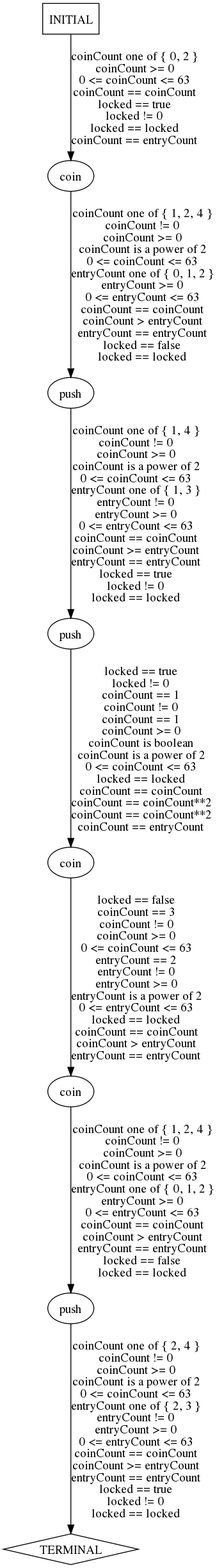
Before: traces/abstract/turnstile-example/predicted-paths/turnstile-example-test3.dot.png, a diagram exported from Graphviz (ModelInference/synoptic). Its source is kept beside it as traces/abstract/turnstile-example/predicted-paths/turnstile-example-test3.dot.
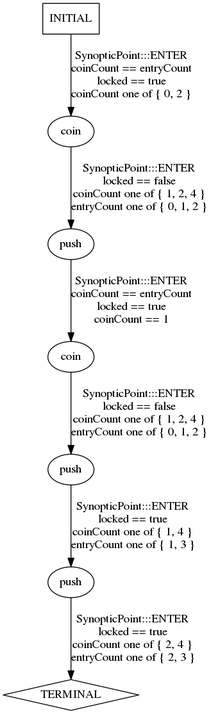
Above is the later version.

What changed in the source:
```diff
@@ -1,17 +1,15 @@
 digraph {
   0 [label="coin"];
   1 [label="coin"];
-  2 [label="coin"];
+  2 [label="push"];
   3 [label="push"];
   4 [label="push"];
-  5 [label="push"];
-  6 [label="TERMINAL",shape=diamond];
-  7 [label="INITIAL",shape=box];
-0->3 [label="coinCount one of { 1, 2, 4 }\ncoinCount != 0\ncoinCount >= 0\ncoinCount is a power of 2\n0 <= coinCount <= 63\nentryCount one of { 0, 1, 2 }\nentryCount >= 0\n0 <= entryCount <= 63\ncoinCount == coinCount\ncoinCount > entryCount\nentryCount == entryCount\nlocked == false\nlocked == locked",];
-1->2 [label="locked == false\ncoinCount == 3\ncoinCount != 0\ncoinCount >= 0\n0 <= coinCount <= 63\nentryCount == 2\nentryCount != 0\nentryCount >= 0\nentryCount is a power of 2\n0 <= entryCount <= 63\nlocked == locked\ncoinCount == coinCount\ncoinCount > entryCount\nentryCount == entryCount",];
-2->5 [label="coinCount one of { 1, 2, 4 }\ncoinCount != 0\ncoinCount >= 0\ncoinCount is a power of 2\n0 <= coinCount <= 63\nentryCount one of { 0, 1, 2 }\nentryCount >= 0\n0 <= entryCount <= 63\ncoinCount == coinCount\ncoinCount > entryCount\nentryCount == entryCount\nlocked == false\nlocked == locked",];
-3->4 [label="coinCount one of { 1, 4 }\ncoinCount != 0\ncoinCount >= 0\ncoinCount is a power of 2\n0 <= coinCount <= 63\nentryCount one of { 1, 3 }\nentryCount != 0\nentryCount >= 0\n0 <= entryCount <= 63\ncoinCount == coinCount\ncoinCount >= entryCount\nentryCount == entryCount\nlocked == true\nlocked != 0\nlocked == locked",];
-4->1 [label="locked == true\nlocked != 0\ncoinCount == 1\ncoinCount != 0\ncoinCount == 1\ncoinCount >= 0\ncoinCount is boolean\ncoinCount is a power of 2\n0 <= coinCount <= 63\nlocked == locked\ncoinCount == coinCount\ncoinCount == coinCount**2\ncoinCount == coinCount**2\ncoinCount == entryCount",];
-5->6 [label="coinCount one of { 2, 4 }\ncoinCount != 0\ncoinCount >= 0\ncoinCount is a power of 2\n0 <= coinCount <= 63\nentryCount one of { 2, 3 }\nentryCount != 0\nentryCount >= 0\n0 <= entryCount <= 63\ncoinCount == coinCount\ncoinCount >= entryCount\nentryCount == entryCount\nlocked == true\nlocked != 0\nlocked == locked",];
-7->0 [label="coinCount one of { 0, 2 }\ncoinCount >= 0\n0 <= coinCount <= 63\ncoinCount == coinCount\nlocked == true\nlocked != 0\nlocked == locked\ncoinCount == entryCount",];
+  5 [label="TERMINAL",shape=diamond];
+  6 [label="INITIAL",shape=box];
+0->2 [label="SynopticPoint:::ENTER\nlocked == false\ncoinCount one of { 1, 2, 4 }\nentryCount one of { 0, 1, 2 }\n",];
+1->3 [label="SynopticPoint:::ENTER\nlocked == false\ncoinCount one of { 1, 2, 4 }\nentryCount one of { 0, 1, 2 }\n",];
+2->1 [label="SynopticPoint:::ENTER\ncoinCount == entryCount\nlocked == true\ncoinCount == 1\n",];
+3->4 [label="SynopticPoint:::ENTER\nlocked == true\ncoinCount one of { 1, 4 }\nentryCount one of { 1, 3 }\n",];
+4->5 [label="SynopticPoint:::ENTER\nlocked == true\ncoinCount one of { 2, 4 }\nentryCount one of { 2, 3 }\n",];
+6->0 [label="SynopticPoint:::ENTER\ncoinCount == entryCount\nlocked == true\ncoinCount one of { 0, 2 }\n",];
 } // digraph {
```
